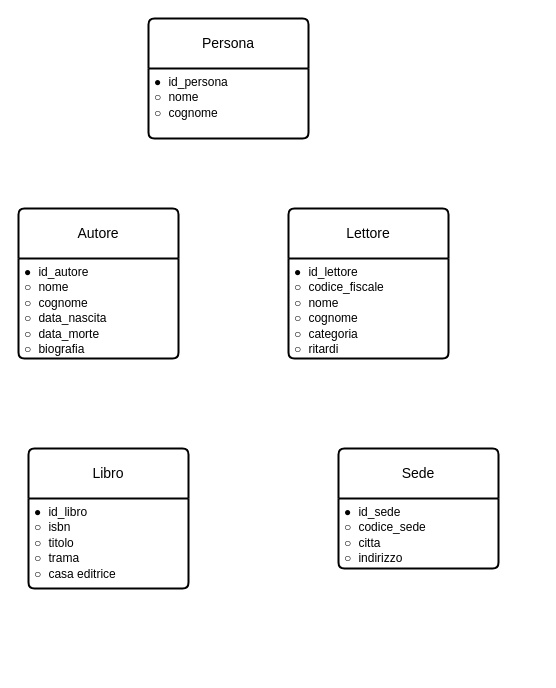
Before: Untitled Diagram.drawio in jaczao/library-management-system, a draw.io diagram. Source tidied: cells renumbered, new cells numbered last; positions are measured from the earlier drawing's top-left corner, leaving out a move shared by most shapes. Both pictures are drawn from the tidied source at 100%, with x=0, y=0 at pixel (18, 18).
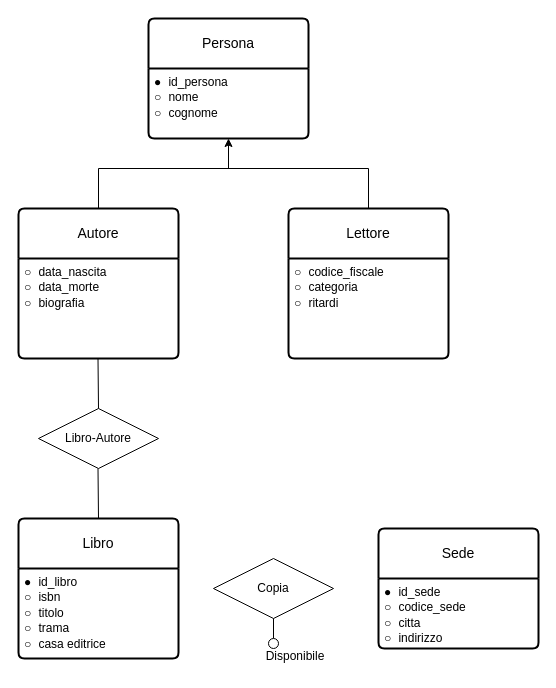
Above is the later version.

Unchanged cells that the change refers to:
```xml
<mxCell id="4" value="Autore" style="swimlane;horizontal=1;startSize=50;rounded=1;fontSize=14;fontStyle=0;strokeWidth=2;shadow=0;dashed=0;align=center;arcSize=4;whiteSpace=wrap;html=1;" parent="1" vertex="1">
  <mxGeometry y="190" width="160" height="150" as="geometry" />
</mxCell>
<mxCell id="6" value="Lettore" style="swimlane;horizontal=1;startSize=50;rounded=1;fontSize=14;fontStyle=0;strokeWidth=2;shadow=0;dashed=0;align=center;arcSize=4;whiteSpace=wrap;html=1;" parent="1" vertex="1">
  <mxGeometry x="270" y="190" width="160" height="150" as="geometry" />
</mxCell>
<mxCell id="11" value="&lt;code style=&quot;white-space: normal;&quot;&gt;●&amp;nbsp;&lt;/code&gt;id_persona&lt;br&gt;&lt;code style=&quot;white-space: normal;&quot;&gt;○&amp;nbsp;&lt;/code&gt;nome&lt;div&gt;&lt;code style=&quot;white-space: normal;&quot;&gt;○&amp;nbsp;&lt;/code&gt;cognome&lt;br&gt;&lt;/div&gt;" style="align=left;strokeColor=none;fillColor=none;spacingLeft=4;fontSize=12;verticalAlign=top;html=1;" parent="10" vertex="1">
  <mxGeometry y="50" width="160" height="70" as="geometry" />
</mxCell>
```

Diff of the diagram source:
```diff
@@
     <mxCell id="2" value="Libro" style="swimlane;horizontal=1;startSize=50;rounded=1;fontSize=14;fontStyle=0;strokeWidth=2;shadow=0;dashed=0;align=center;arcSize=4;whiteSpace=wrap;html=1;" parent="1" vertex="1">
-      <mxGeometry x="10" y="430" width="160" height="140" as="geometry" />
+      <mxGeometry y="500" width="160" height="140" as="geometry" />
     </mxCell>
@@
-    <mxCell id="5" value="&lt;code style=&quot;white-space: normal;&quot;&gt;●&amp;nbsp;&lt;/code&gt;id_autore&lt;br&gt;&lt;code style=&quot;white-space: normal;&quot;&gt;○&amp;nbsp;&lt;/code&gt;nome&lt;br&gt;&lt;code style=&quot;white-space: normal;&quot;&gt;○&amp;nbsp;&lt;/code&gt;cognome&lt;br&gt;&lt;div&gt;&lt;code style=&quot;white-space: normal;&quot;&gt;○&amp;nbsp;&lt;/code&gt;data_nascita&lt;br&gt;&lt;/div&gt;&lt;div&gt;&lt;code style=&quot;white-space: normal;&quot;&gt;○&amp;nbsp;&lt;/code&gt;data_morte&lt;br&gt;&lt;/div&gt;&lt;div&gt;&lt;code style=&quot;white-space: normal;&quot;&gt;○&amp;nbsp;&lt;/code&gt;biografia&lt;br&gt;&lt;/div&gt;" style="align=left;strokeColor=none;fillColor=none;spacingLeft=4;fontSize=12;verticalAlign=top;html=1;" parent="4" vertex="1">
+    <mxCell id="5" value="&lt;code style=&quot;white-space: normal;&quot;&gt;○&amp;nbsp;&lt;/code&gt;data_nascita&lt;br&gt;&lt;div&gt;&lt;code style=&quot;white-space: normal;&quot;&gt;○&amp;nbsp;&lt;/code&gt;data_morte&lt;br&gt;&lt;/div&gt;&lt;div&gt;&lt;code style=&quot;white-space: normal;&quot;&gt;○&amp;nbsp;&lt;/code&gt;biografia&lt;br&gt;&lt;/div&gt;" style="align=left;strokeColor=none;fillColor=none;spacingLeft=4;fontSize=12;verticalAlign=top;html=1;" parent="4" vertex="1">
       <mxGeometry y="50" width="160" height="100" as="geometry" />
     </mxCell>
@@
-    <mxCell id="7" value="&lt;code style=&quot;white-space: normal;&quot;&gt;●&amp;nbsp;&lt;/code&gt;id_lettore&lt;br&gt;&lt;code style=&quot;white-space: normal;&quot;&gt;○&amp;nbsp;&lt;/code&gt;codice_fiscale&lt;br&gt;&lt;code style=&quot;white-space: normal;&quot;&gt;○&amp;nbsp;&lt;/code&gt;nome&lt;div&gt;&lt;div&gt;&lt;code style=&quot;white-space: normal;&quot;&gt;○&amp;nbsp;&lt;/code&gt;cognome&lt;br&gt;&lt;/div&gt;&lt;/div&gt;&lt;div&gt;&lt;code style=&quot;white-space: normal;&quot;&gt;○&amp;nbsp;&lt;/code&gt;categoria&lt;br&gt;&lt;/div&gt;&lt;div&gt;&lt;code style=&quot;white-space: normal;&quot;&gt;○&amp;nbsp;&lt;/code&gt;ritardi&lt;br&gt;&lt;/div&gt;" style="align=left;strokeColor=none;fillColor=none;spacingLeft=4;fontSize=12;verticalAlign=top;html=1;" parent="6" vertex="1">
+    <mxCell id="7" value="&lt;code style=&quot;white-space: normal;&quot;&gt;○&amp;nbsp;&lt;/code&gt;codice_fiscale&lt;br&gt;&lt;div&gt;&lt;code style=&quot;white-space: normal;&quot;&gt;○&amp;nbsp;&lt;/code&gt;categoria&lt;br&gt;&lt;/div&gt;&lt;div&gt;&lt;code style=&quot;white-space: normal;&quot;&gt;○&amp;nbsp;&lt;/code&gt;ritardi&lt;br&gt;&lt;/div&gt;" style="align=left;strokeColor=none;fillColor=none;spacingLeft=4;fontSize=12;verticalAlign=top;html=1;" parent="6" vertex="1">
       <mxGeometry y="50" width="160" height="100" as="geometry" />
     </mxCell>
     <mxCell id="8" value="Sede" style="swimlane;horizontal=1;startSize=50;rounded=1;fontSize=14;fontStyle=0;strokeWidth=2;shadow=0;dashed=0;align=center;arcSize=4;whiteSpace=wrap;html=1;" parent="1" vertex="1">
-      <mxGeometry x="320" y="430" width="160" height="120" as="geometry" />
+      <mxGeometry x="360" y="510" width="160" height="120" as="geometry" />
     </mxCell>
@@
+    <mxCell id="12" style="endArrow=classic;html=1;rounded=0;entryX=0.5;entryY=1;entryDx=0;entryDy=0;" parent="1" edge="1" target="11">
+      <mxGeometry relative="1" as="geometry">
+        <mxPoint x="210" y="150" as="sourcePoint" />
+      </mxGeometry>
+    </mxCell>
+    <mxCell id="13" style="endArrow=none;html=1;rounded=0;" parent="1" edge="1">
+      <mxGeometry relative="1" as="geometry">
+        <mxPoint x="80" y="150" as="sourcePoint" />
+        <mxPoint x="350" y="150" as="targetPoint" />
+      </mxGeometry>
+    </mxCell>
+    <mxCell id="14" style="endArrow=none;html=1;rounded=0;" parent="1" edge="1">
+      <mxGeometry relative="1" as="geometry">
+        <mxPoint x="80" y="190" as="sourcePoint" />
+        <mxPoint x="80" y="150" as="targetPoint" />
+      </mxGeometry>
+    </mxCell>
+    <mxCell id="15" style="endArrow=none;html=1;rounded=0;exitX=0.5;exitY=0;exitDx=0;exitDy=0;" parent="1" edge="1" source="6">
+      <mxGeometry relative="1" as="geometry">
+        <mxPoint x="350" y="150" as="targetPoint" />
+      </mxGeometry>
+    </mxCell>
+    <mxCell id="16" value="Libro-Autore" style="shape=rhombus;perimeter=rhombusPerimeter;whiteSpace=wrap;html=1;align=center;" parent="1" vertex="1">
+      <mxGeometry x="20" y="390" width="120" height="60" as="geometry" />
+    </mxCell>
+    <mxCell id="17" value="Copia" style="shape=rhombus;perimeter=rhombusPerimeter;whiteSpace=wrap;html=1;align=center;" parent="1" vertex="1">
+      <mxGeometry x="195" y="540" width="120" height="60" as="geometry" />
+    </mxCell>
+    <mxCell id="18" style="endArrow=none;html=1;rounded=0;" parent="1" edge="1">
+      <mxGeometry relative="1" as="geometry">
+        <mxPoint x="80" y="390" as="sourcePoint" />
+        <mxPoint x="79.5" y="340" as="targetPoint" />
+      </mxGeometry>
+    </mxCell>
+    <mxCell id="19" style="endArrow=none;html=1;rounded=0;" parent="1" edge="1">
+      <mxGeometry relative="1" as="geometry">
+        <mxPoint x="80" y="500" as="sourcePoint" />
+        <mxPoint x="79.5" y="450" as="targetPoint" />
+      </mxGeometry>
+    </mxCell>
+    <mxCell id="20" style="endArrow=none;html=1;rounded=0;" parent="1" edge="1">
+      <mxGeometry relative="1" as="geometry">
+        <mxPoint x="255" y="620" as="sourcePoint" />
+        <mxPoint x="255" y="600" as="targetPoint" />
+      </mxGeometry>
+    </mxCell>
+    <mxCell id="21" style="ellipse;whiteSpace=wrap;html=1;" parent="1" vertex="1">
+      <mxGeometry x="250" y="620" width="10" height="10" as="geometry" />
+    </mxCell>
+    <mxCell id="22" value="Disponibile" style="text;html=1;align=center;verticalAlign=middle;whiteSpace=wrap;rounded=0;" parent="1" vertex="1">
+      <mxGeometry x="247" y="623" width="60" height="30" as="geometry" />
+    </mxCell>
```
